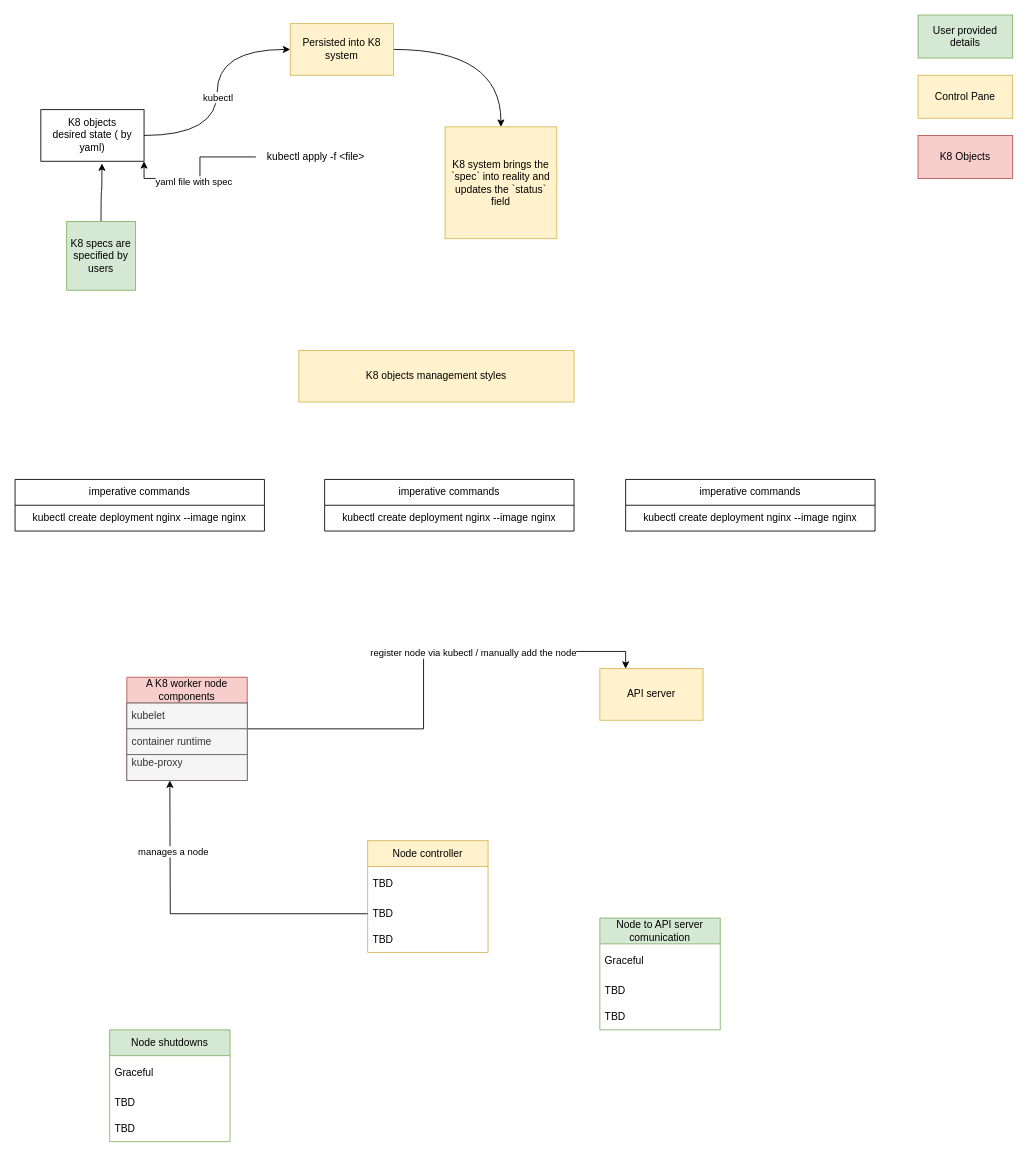
manjunath-notes/diagrams keeps this draw.io diagram as k8_1.drawio. Above is the earlier version. Source tidied: cells renumbered, new cells numbered last; positions are measured from the earlier drawing's top-left corner, leaving out a move shared by most shapes. Both pictures are drawn from the tidied source at 86%, with x=0, y=0 at pixel (15, 15).
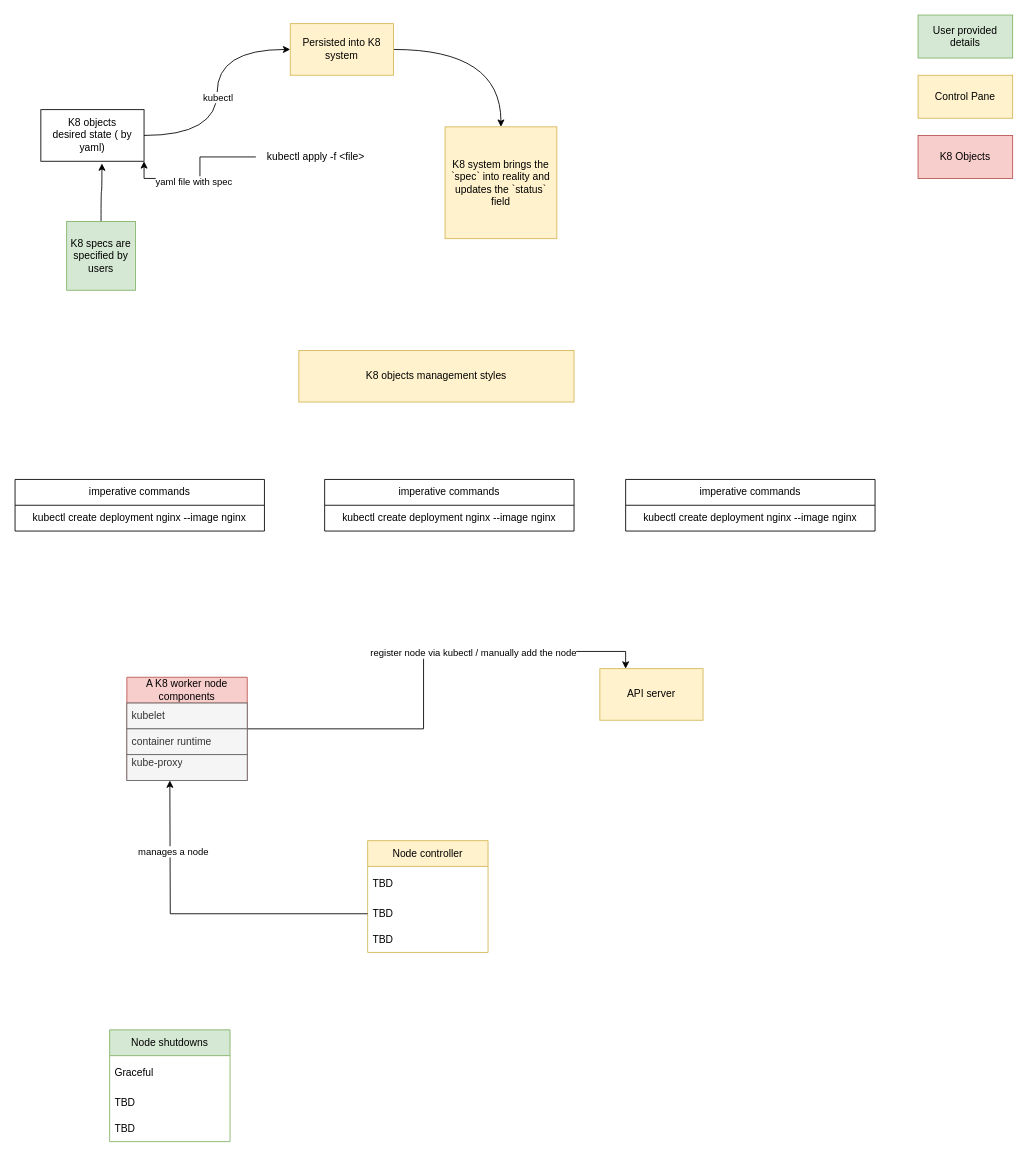
The same page after the edit.

The edit, as a diff of the source:
```diff
@@
-    <mxCell id="40" value="Node to API server comunication" style="swimlane;fontStyle=0;horizontal=1;startSize=30;whiteSpace=wrap;html=1;fillColor=#d5e8d4;strokeColor=#82b366;" parent="1" vertex="1">
-      <mxGeometry x="680" y="1050" width="140" height="130" as="geometry" />
-    </mxCell>
-    <mxCell id="41" value="Graceful" style="text;strokeColor=none;fillColor=none;align=left;verticalAlign=middle;spacingLeft=4;spacingRight=4;overflow=hidden;whiteSpace=wrap;html=1;" parent="40" vertex="1">
-      <mxGeometry y="30" width="140" height="40" as="geometry" />
-    </mxCell>
-    <mxCell id="42" value="TBD" style="text;strokeColor=none;fillColor=none;align=left;verticalAlign=middle;spacingLeft=4;spacingRight=4;overflow=hidden;whiteSpace=wrap;html=1;" parent="40" vertex="1">
-      <mxGeometry y="70" width="140" height="30" as="geometry" />
-    </mxCell>
-    <mxCell id="43" value="TBD" style="text;strokeColor=none;fillColor=none;align=left;verticalAlign=middle;spacingLeft=4;spacingRight=4;overflow=hidden;whiteSpace=wrap;html=1;" parent="40" vertex="1">
-      <mxGeometry y="100" width="140" height="30" as="geometry" />
-    </mxCell>
```
